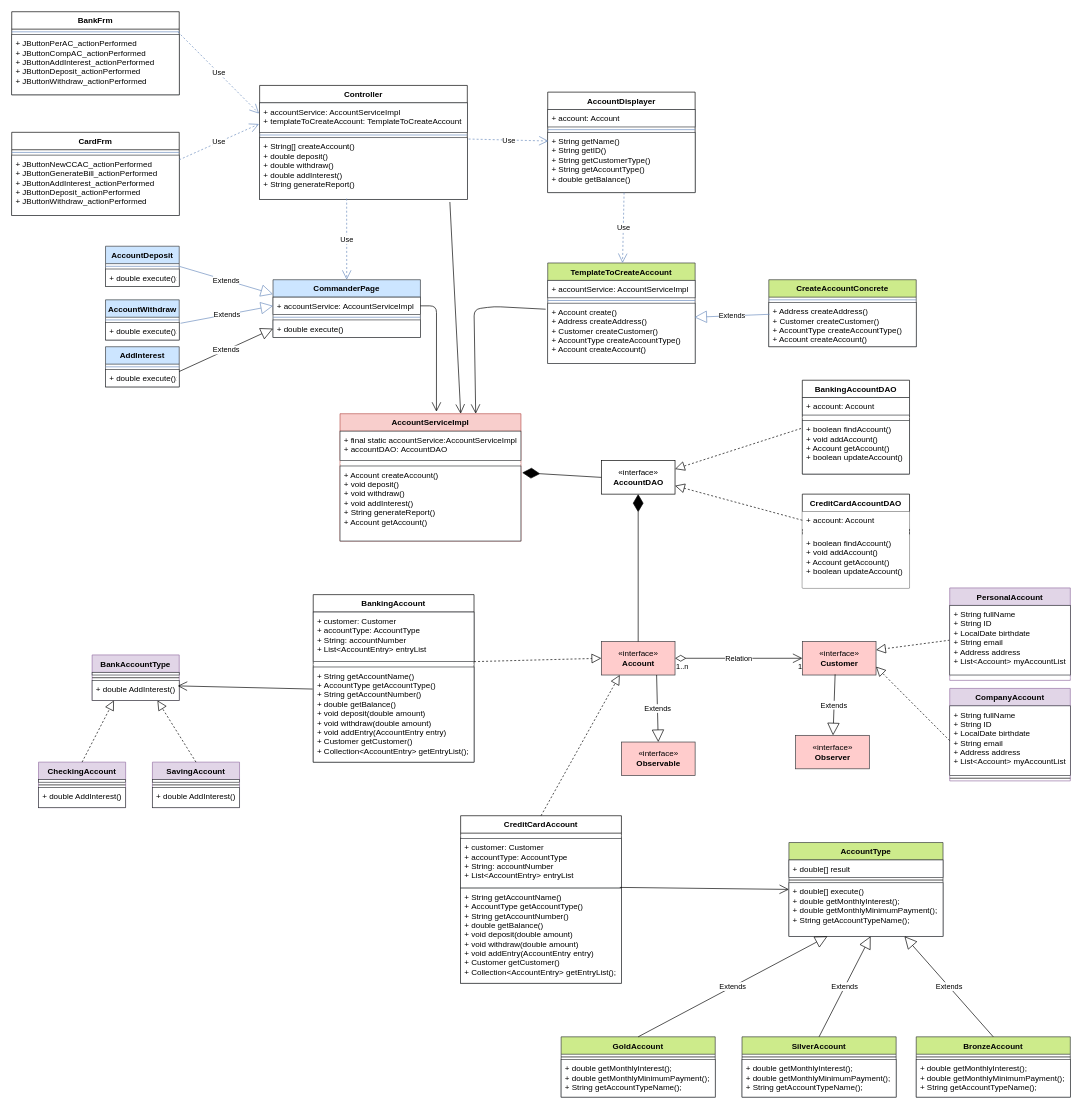
Earlier version of the draw.io diagram diagram/class_diagram/bank_class_diagram.drawio (niick7/ASD_Bank_System). Source tidied: cells renumbered, new cells numbered last; positions are measured from the earlier drawing's top-left corner, leaving out a move shared by most shapes. Both pictures are drawn from the tidied source at 67%, with x=0, y=0 at pixel (11, 11).
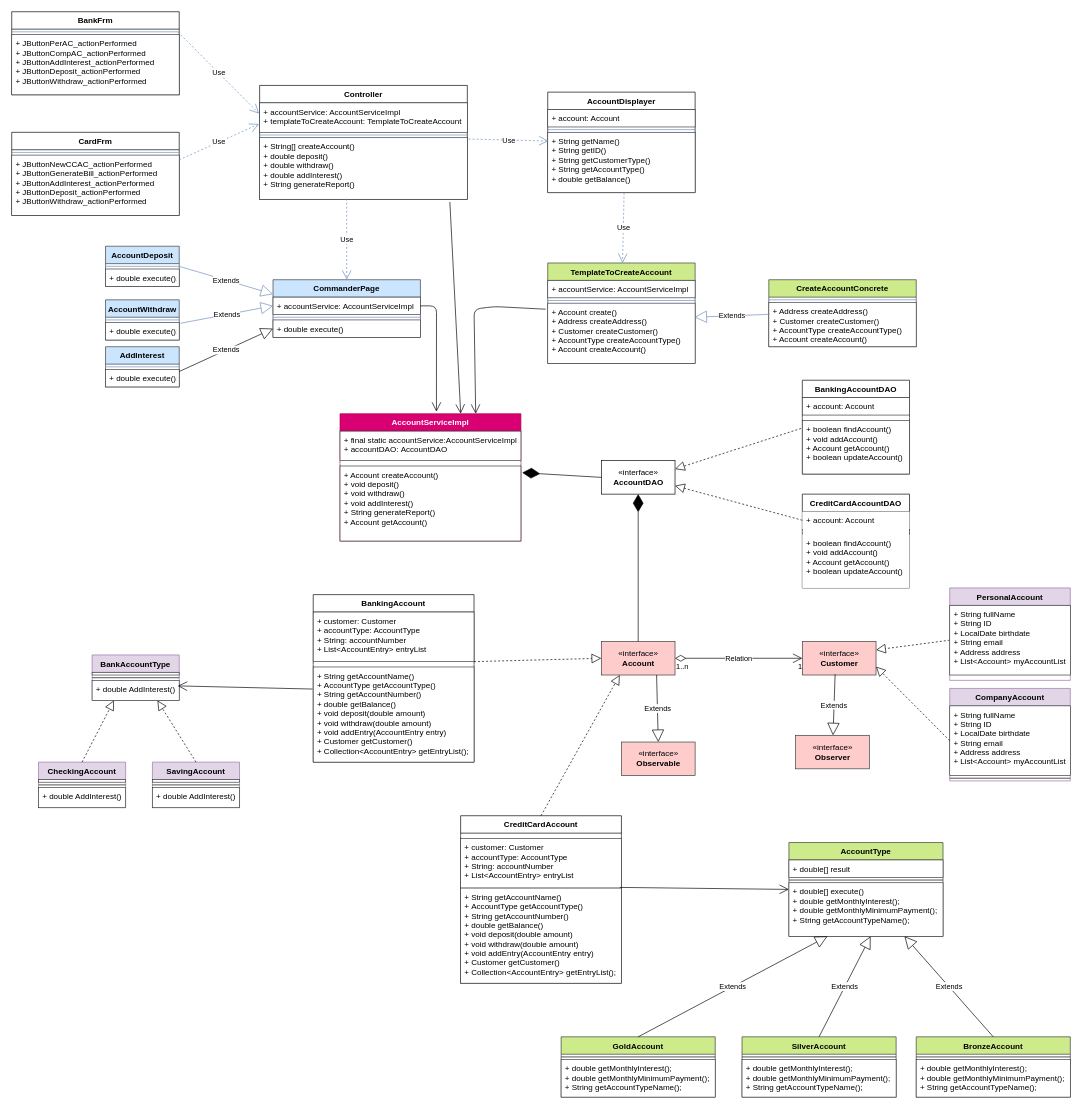
Above is the later version.

What changed in the source:
```diff
@@
-    <mxCell id="45" value="AccountServiceImpl" style="swimlane;fontStyle=1;align=center;verticalAlign=top;horizontal=1;startSize=26;fillColor=#f8cecc;strokeColor=#b85450;" parent="1" vertex="1">
+    <mxCell id="45" value="AccountServiceImpl" style="swimlane;fontStyle=1;align=center;verticalAlign=top;horizontal=1;startSize=26;fillColor=#d80073;strokeColor=#A50040;fontColor=#ffffff;" parent="1" vertex="1">
       <mxGeometry x="490" y="600" width="270" height="190" as="geometry" />
     </mxCell>
```
